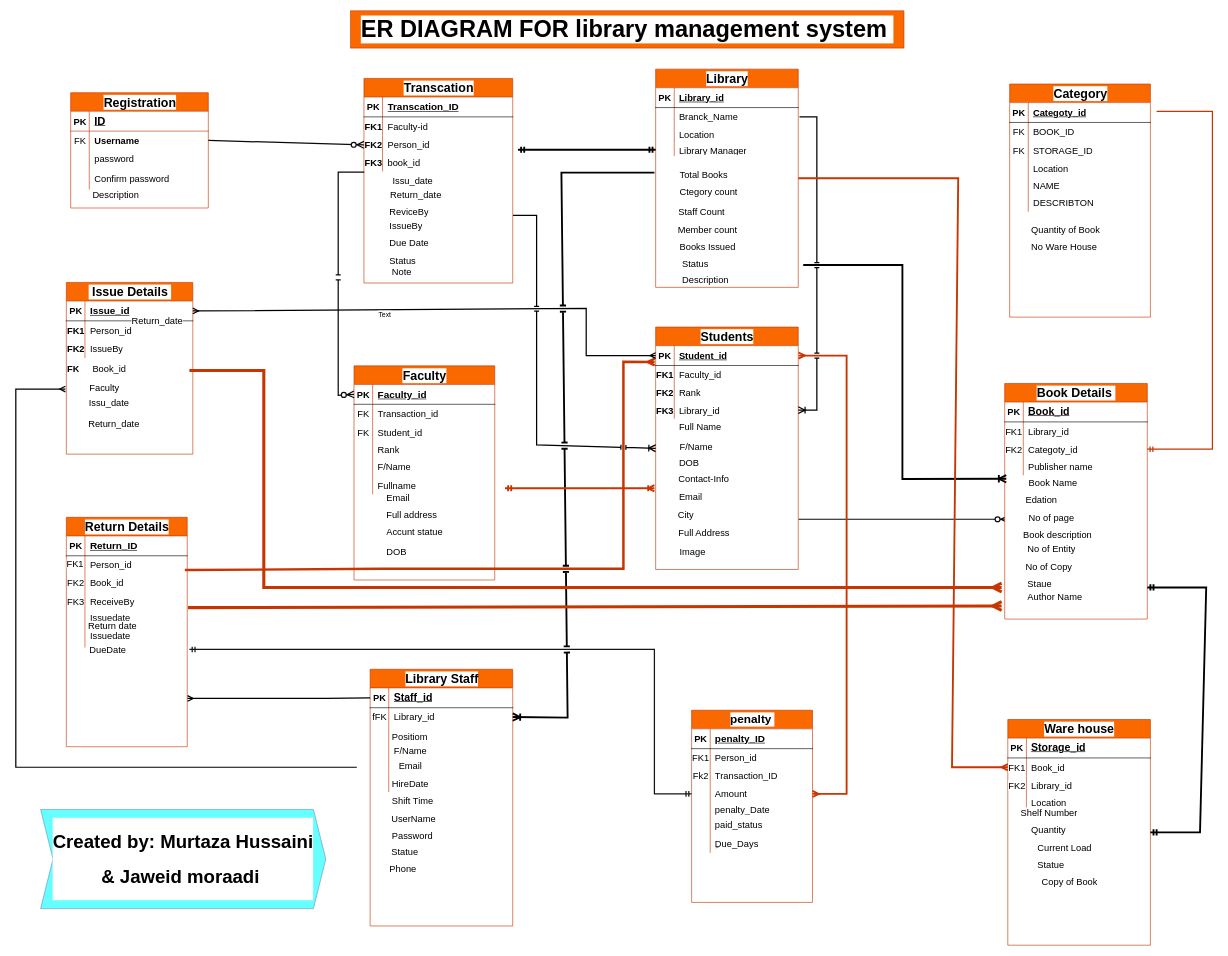
Earlier version of the draw.io diagram ER-Diagram-Library-management-System.drawio (hussaini021/Library_management). Source tidied: cells renumbered, new cells numbered last; positions are measured from the earlier drawing's top-left corner, leaving out a move shared by most shapes. Both pictures are drawn from the tidied source at 62%, with x=0, y=0 at pixel (16, 11).
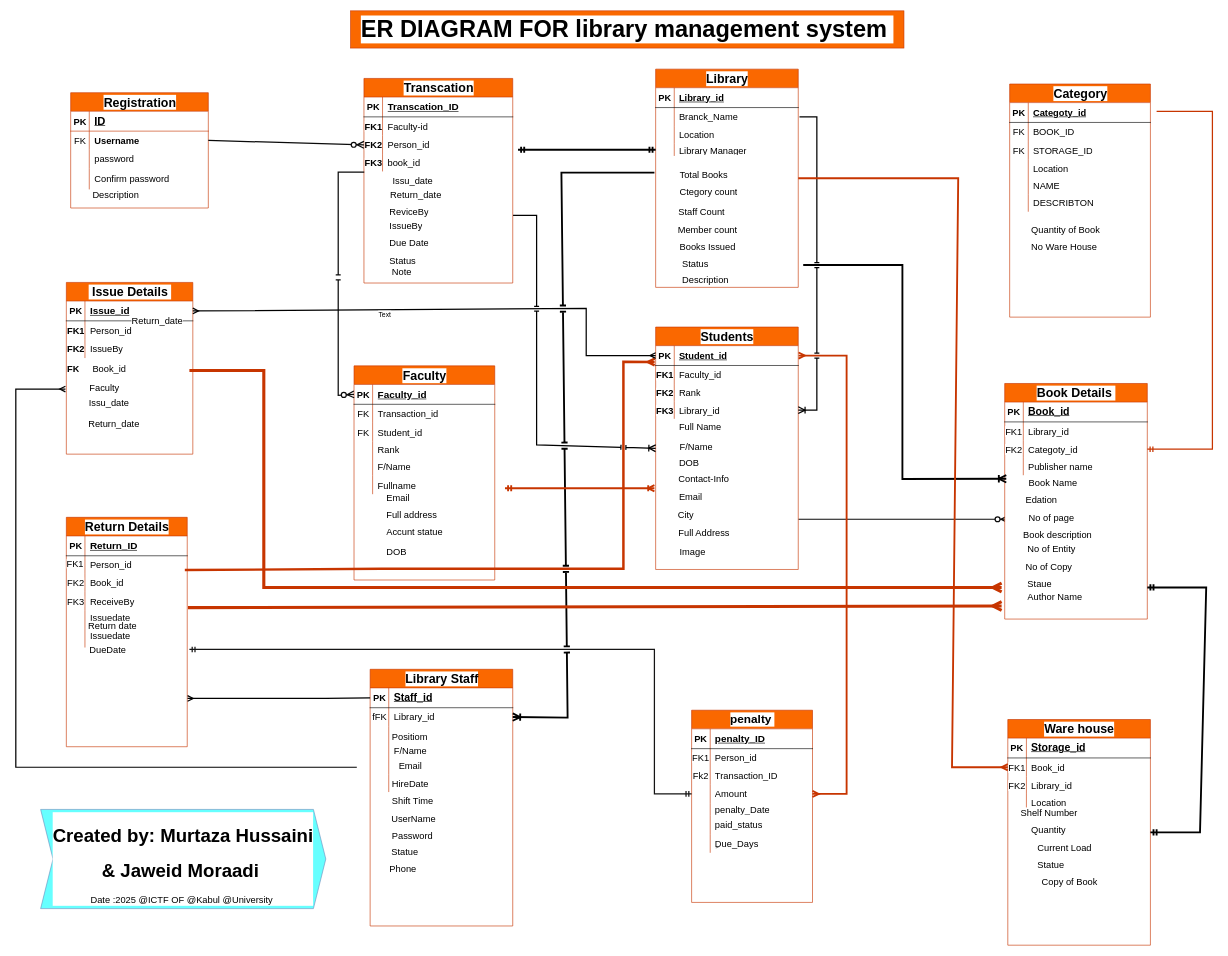
After the change.

What changed in the source:
```diff
@@
-    <mxCell id="133" value="&lt;h1&gt;&lt;font&gt;Created by: Murtaza Hussaini&lt;/font&gt;&lt;/h1&gt;&lt;h1&gt;&lt;font&gt;&amp;amp; Jaweid moraadi&amp;nbsp;&lt;/font&gt;&lt;/h1&gt;" style="shape=step;perimeter=stepPerimeter;whiteSpace=wrap;html=1;fixedSize=1;fillColor=#66FFFF;strokeColor=#6c8ebf;fillStyle=solid;labelBackgroundColor=#FFFFFF;fontSize=15;" parent="1" vertex="1">
+    <mxCell id="133" value="&lt;h1&gt;&lt;font&gt;Created by: Murtaza Hussaini&lt;/font&gt;&lt;/h1&gt;&lt;h1&gt;&lt;font&gt;&amp;amp; Jaweid Moraadi&amp;nbsp;&lt;/font&gt;&lt;/h1&gt;&lt;div&gt;Date :2025 @ICTF OF @Kabul @University&amp;nbsp;&lt;/div&gt;" style="shape=step;perimeter=stepPerimeter;whiteSpace=wrap;html=1;fixedSize=1;fillColor=#66FFFF;strokeColor=#6c8ebf;fillStyle=solid;labelBackgroundColor=#FFFFFF;fontSize=15;" parent="1" vertex="1">
       <mxGeometry x="40" y="1288" width="460" height="160" as="geometry" />
     </mxCell>
```
